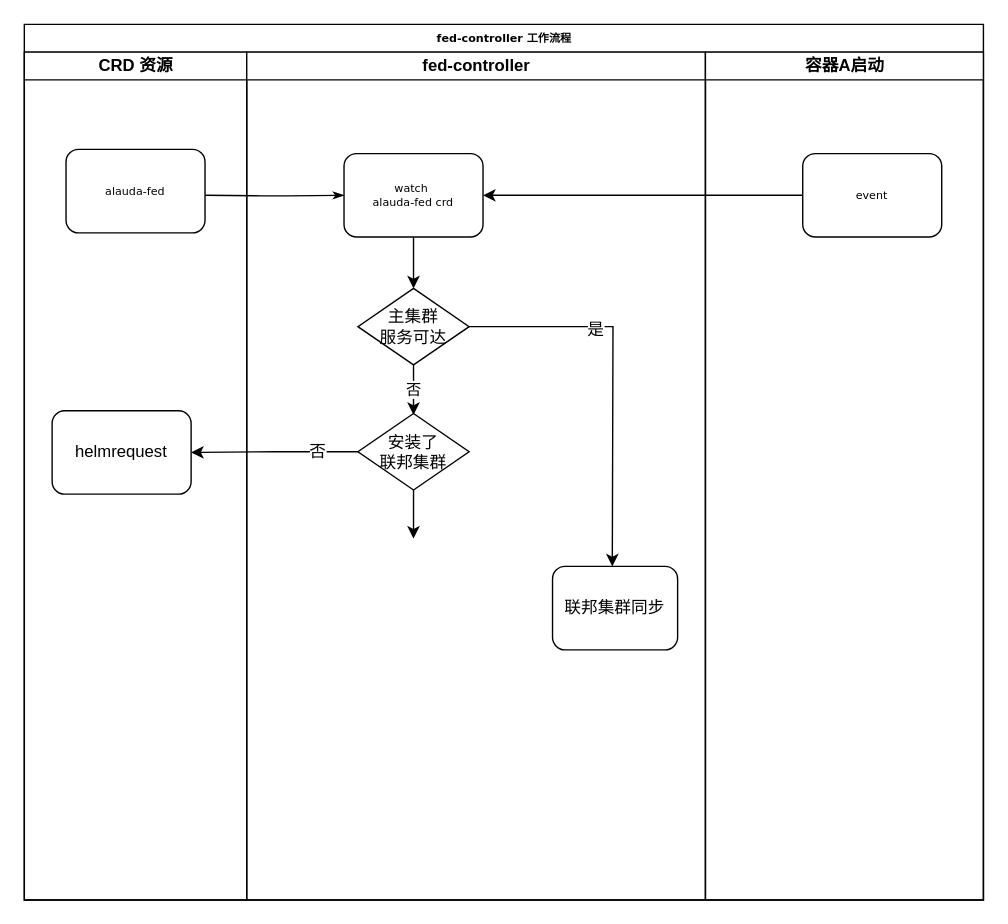
This is page "Page-2" (2 of 2) of federateclusters.drawio from ssider/system_designs, a draw.io file, before an edit. Source tidied: cells renumbered, new cells numbered last; positions are measured from the earlier drawing's top-left corner, leaving out a move shared by most shapes. Both pictures are drawn from the tidied source at 139%, with x=0, y=0 at pixel (24, 24).
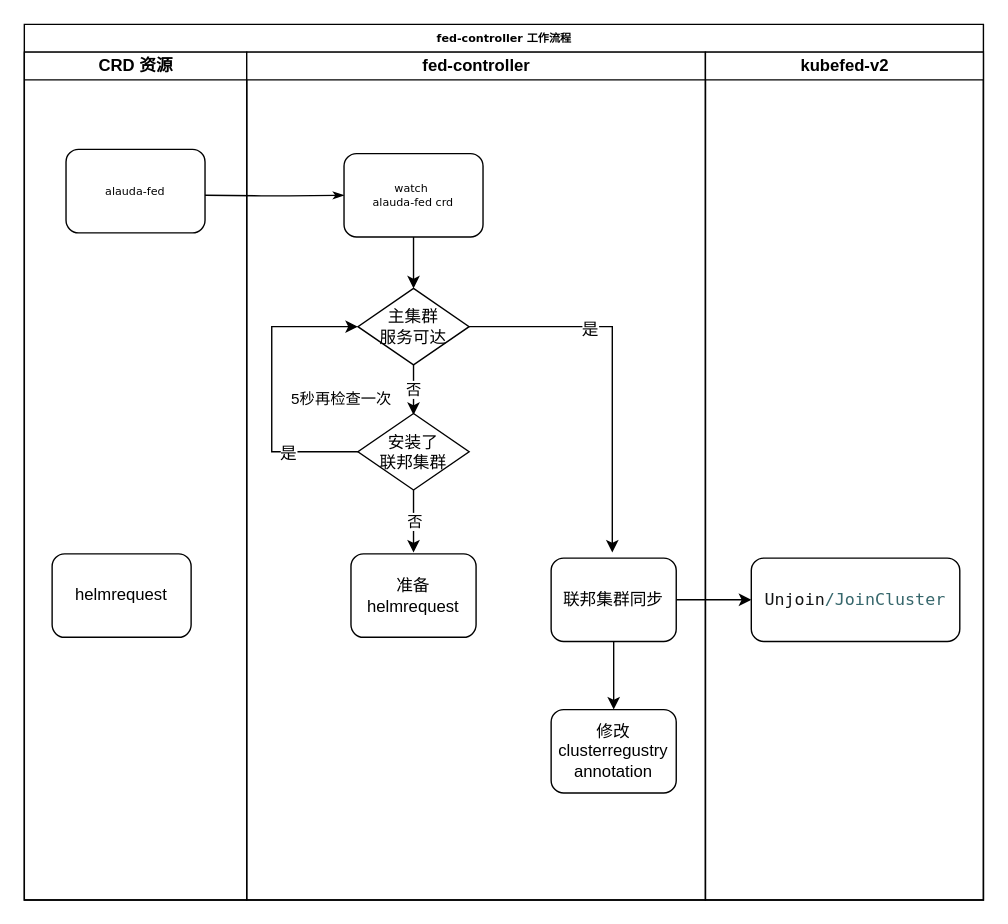
Above is the later version.

Unchanged cells that the change refers to:
```xml
<mxCell id="2" value="fed-controller 工作流程" style="swimlane;html=1;startSize=20;rounded=0;shadow=0;labelBackgroundColor=none;strokeColor=#000000;strokeWidth=1;fillColor=#ffffff;fontFamily=Verdana;fontSize=8;fontColor=#000000;align=center;" parent="1" vertex="1">
  <mxGeometry width="690" height="630" as="geometry" />
</mxCell>
<mxCell id="3" value="CRD 资源" style="swimlane;html=1;startSize=20;" parent="2" vertex="1">
  <mxGeometry y="20" width="160" height="610" as="geometry" />
</mxCell>
<mxCell id="8" value="fed-controller" style="swimlane;html=1;startSize=20;" parent="2" vertex="1">
  <mxGeometry x="160" y="20" width="330" height="610" as="geometry" />
</mxCell>
<mxCell id="11" value="watch&amp;nbsp;&lt;br&gt;alauda-fed crd" style="rounded=1;whiteSpace=wrap;html=1;shadow=0;labelBackgroundColor=none;strokeColor=#000000;strokeWidth=1;fillColor=#ffffff;fontFamily=Verdana;fontSize=8;fontColor=#000000;align=center;" parent="8" vertex="1">
  <mxGeometry x="70" y="73" width="100" height="60" as="geometry" />
</mxCell>
<mxCell id="14" value="主集群&lt;br&gt;服务可达" style="rhombus;whiteSpace=wrap;html=1;" parent="8" vertex="1">
  <mxGeometry x="80" y="170" width="80" height="55" as="geometry" />
</mxCell>
<mxCell id="16" value="安装了&lt;br&gt;联邦集群" style="rhombus;whiteSpace=wrap;html=1;" parent="8" vertex="1">
  <mxGeometry x="80" y="260" width="80" height="55" as="geometry" />
</mxCell>
```

Change to the diagram source:
```diff
@@
     <mxCell id="5" value="helmrequest" style="rounded=1;whiteSpace=wrap;html=1;" parent="3" vertex="1">
-      <mxGeometry x="20" y="258" width="100" height="60" as="geometry" />
+      <mxGeometry x="20" y="361" width="100" height="60" as="geometry" />
     </mxCell>
@@
-    <mxCell id="7" style="edgeStyle=orthogonalEdgeStyle;rounded=0;html=1;jettySize=auto;entryX=1;entryY=0.5;entryDx=0;entryDy=0;" parent="2" edge="1" source="19" target="11">
-      <mxGeometry relative="1" as="geometry" />
-    </mxCell>
@@
     <mxCell id="12" style="edgeStyle=orthogonalEdgeStyle;rounded=0;jettySize=auto;html=1;strokeColor=#000000;strokeWidth=1;" parent="8" edge="1" source="14">
       <mxGeometry relative="1" as="geometry">
-        <mxPoint x="263" y="370" as="targetPoint" />
+        <mxPoint x="263" y="360" as="targetPoint" />
+        <Array as="points">
+          <mxPoint x="263" y="198" />
+        </Array>
       </mxGeometry>
     </mxCell>
@@
-    <mxCell id="15" style="edgeStyle=orthogonalEdgeStyle;rounded=0;jettySize=auto;html=1;strokeColor=#000000;strokeWidth=1;" parent="8" edge="1" source="16">
+    <mxCell id="15" value="否" style="edgeStyle=orthogonalEdgeStyle;rounded=0;jettySize=auto;html=1;strokeColor=#000000;strokeWidth=1;" parent="8" edge="1" source="16">
       <mxGeometry relative="1" as="geometry">
-        <mxPoint x="120" y="350" as="targetPoint" />
+        <mxPoint x="120" y="360" as="targetPoint" />
       </mxGeometry>
     </mxCell>
+    <mxCell id="22" value="5秒再检查一次" style="edgeStyle=orthogonalEdgeStyle;rounded=0;jettySize=auto;html=1;strokeColor=#000000;strokeWidth=1;entryX=0;entryY=0.5;entryDx=0;entryDy=0;exitX=0;exitY=0.5;exitDx=0;exitDy=0;" parent="8" edge="1" source="16" target="14">
+      <mxGeometry x="-0.07" y="-50" relative="1" as="geometry">
+        <Array as="points">
+          <mxPoint x="18" y="288" />
+          <mxPoint x="18" y="198" />
+        </Array>
+      </mxGeometry>
+    </mxCell>
+    <mxCell id="23" value="是" style="text;html=1;align=center;verticalAlign=middle;labelBackgroundColor=#ffffff;" parent="22" vertex="1">
+      <mxGeometry x="-0.52" y="1" relative="1" as="geometry" />
+    </mxCell>
@@
+    <mxCell id="24" style="edgeStyle=orthogonalEdgeStyle;rounded=0;jettySize=auto;html=1;strokeColor=#000000;strokeWidth=1;" parent="8" edge="1" source="17" target="25">
+      <mxGeometry relative="1" as="geometry" />
+    </mxCell>
     <mxCell id="17" value="联邦集群同步" style="rounded=1;whiteSpace=wrap;html=1;fillColor=#ffffff;" parent="8" vertex="1">
-      <mxGeometry x="220" y="370" width="90" height="60" as="geometry" />
+      <mxGeometry x="219" y="364" width="90" height="60" as="geometry" />
     </mxCell>
+    <mxCell id="25" value="修改clusterregustry&lt;br&gt;annotation&lt;br&gt;" style="rounded=1;whiteSpace=wrap;html=1;fillColor=#ffffff;" parent="8" vertex="1">
+      <mxGeometry x="219" y="473" width="90" height="60" as="geometry" />
+    </mxCell>
+    <mxCell id="26" value="准备helmrequest" style="rounded=1;whiteSpace=wrap;html=1;fillColor=#ffffff;" parent="8" vertex="1">
+      <mxGeometry x="75" y="361" width="90" height="60" as="geometry" />
+    </mxCell>
-    <mxCell id="18" value="容器A启动" style="swimlane;html=1;startSize=20;" parent="2" vertex="1">
+    <mxCell id="18" value="kubefed-v2" style="swimlane;html=1;startSize=20;" parent="2" vertex="1">
       <mxGeometry x="490" y="20" width="200" height="610" as="geometry" />
     </mxCell>
-    <mxCell id="19" value="event" style="rounded=1;whiteSpace=wrap;html=1;shadow=0;labelBackgroundColor=none;strokeColor=#000000;strokeWidth=1;fillColor=#ffffff;fontFamily=Verdana;fontSize=8;fontColor=#000000;align=center;" parent="18" vertex="1">
-      <mxGeometry x="70" y="73" width="100" height="60" as="geometry" />
-    </mxCell>
-    <mxCell id="20" style="edgeStyle=orthogonalEdgeStyle;rounded=0;html=1;jettySize=auto;entryX=1;entryY=0.5;entryDx=0;entryDy=0;exitX=0;exitY=0.5;exitDx=0;exitDy=0;" parent="2" edge="1" source="16" target="5">
-      <mxGeometry relative="1" as="geometry" />
-    </mxCell>
-    <mxCell id="21" value="否" style="text;html=1;align=center;verticalAlign=middle;labelBackgroundColor=#ffffff;" parent="20" vertex="1">
-      <mxGeometry x="-0.5" relative="1" as="geometry" />
-    </mxCell>
+    <mxCell id="27" value="&lt;pre style=&quot;background-color: #ffffff ; color: #121314 ; font-family: &amp;#34;menlo&amp;#34; ; font-size: 9.0pt&quot;&gt;&lt;pre style=&quot;font-family: &amp;#34;menlo&amp;#34; ; font-size: 9pt&quot;&gt;Unjoin&lt;span style=&quot;color: #36666b&quot;&gt;/JoinCluster&lt;/span&gt;&lt;/pre&gt;&lt;/pre&gt;" style="rounded=1;whiteSpace=wrap;html=1;fillColor=#ffffff;" parent="18" vertex="1">
+      <mxGeometry x="33" y="364" width="150" height="60" as="geometry" />
+    </mxCell>
+    <mxCell id="28" style="edgeStyle=orthogonalEdgeStyle;rounded=0;jettySize=auto;html=1;strokeColor=#000000;strokeWidth=1;" parent="2" edge="1" source="17" target="27">
+      <mxGeometry relative="1" as="geometry" />
+    </mxCell>
```
